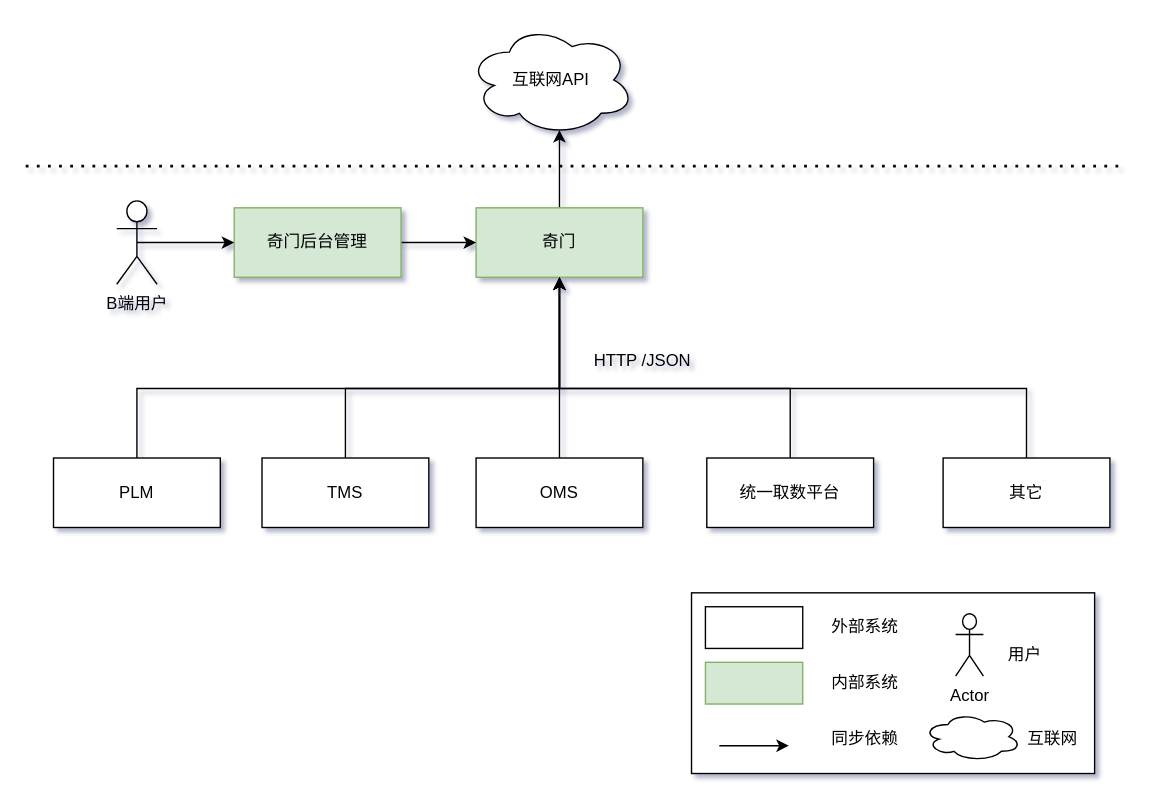
smileLuckBoy/drowio keeps this draw.io diagram as 奇门系统交互图.drawio. Above is the earlier version. Source tidied: cells renumbered, new cells numbered last; positions are measured from the earlier drawing's top-left corner, leaving out a move shared by most shapes. Both pictures are drawn from the tidied source at 139%, with x=0, y=0 at pixel (25, 24).
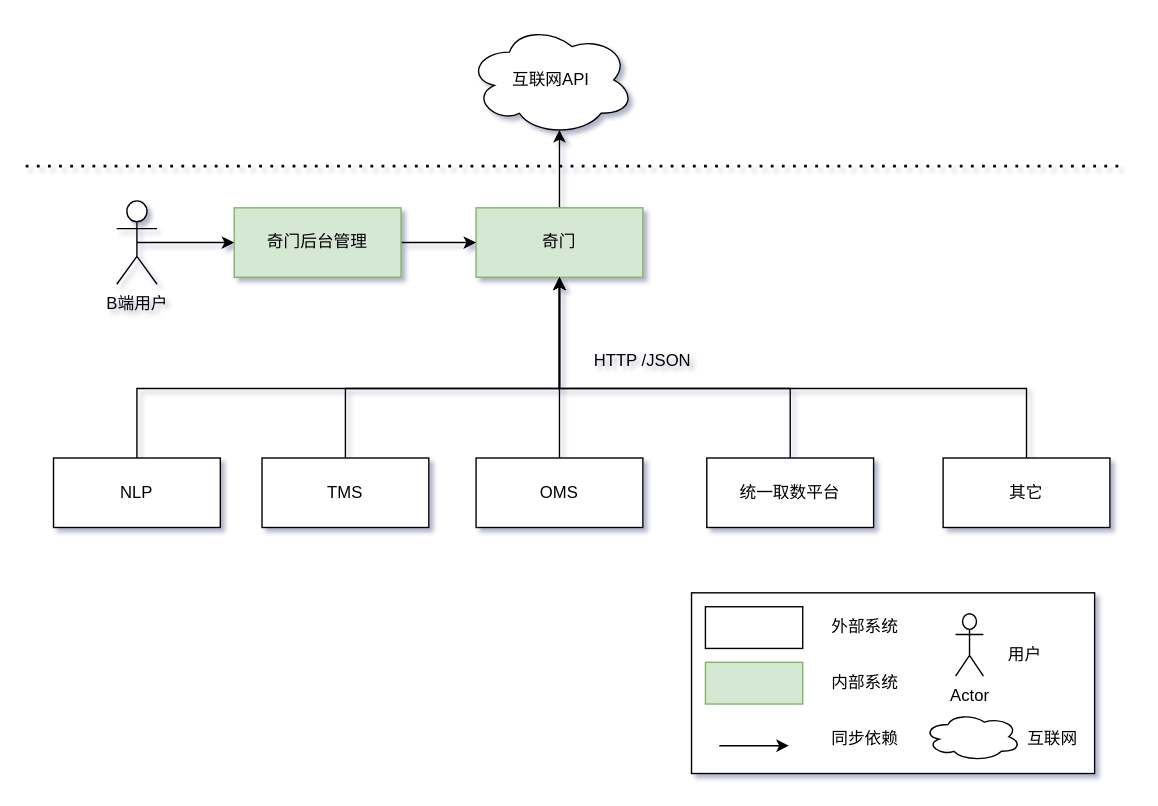
The same page after the edit.

Commit message:
Update 奇门系统交互图.drawio

What changed in the source:
```diff
@@
-    <mxCell id="5" value="PLM" style="rounded=0;whiteSpace=wrap;html=1;flipH=1;flipV=1;" parent="1" vertex="1">
+    <mxCell id="5" value="NLP" style="rounded=0;whiteSpace=wrap;html=1;flipH=1;flipV=1;" parent="1" vertex="1">
       <mxGeometry x="20" y="312" width="120" height="50" as="geometry" />
     </mxCell>
```
